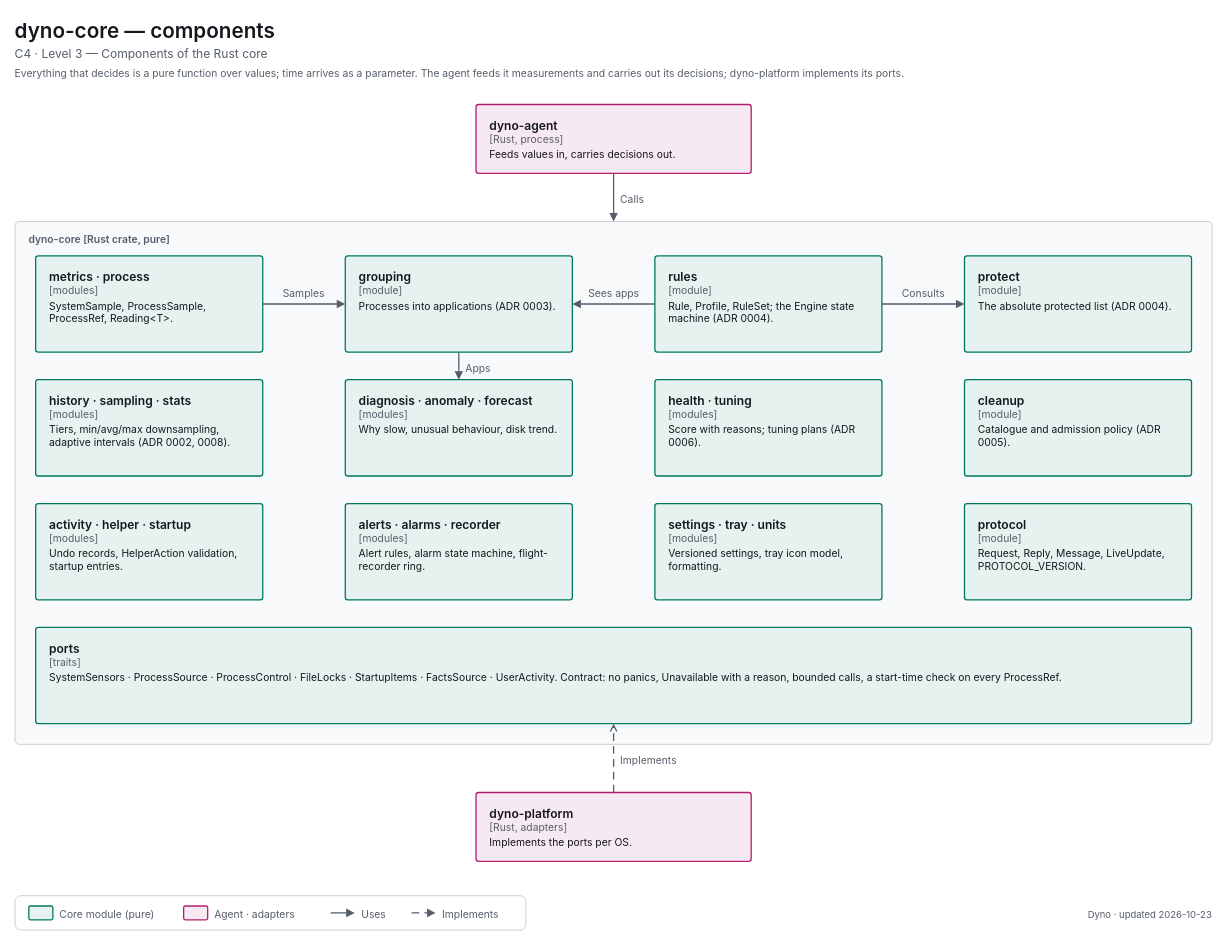
Before: apps/dyno/diagrams/c4-3-components-core.drawio in decryp7/paddock, a draw.io diagram. Source tidied: cells renumbered, new cells numbered last; positions are measured from the earlier drawing's top-left corner, leaving out a move shared by most shapes. Both pictures are drawn from the tidied source at 86%, with x=0, y=0 at pixel (15, 15).
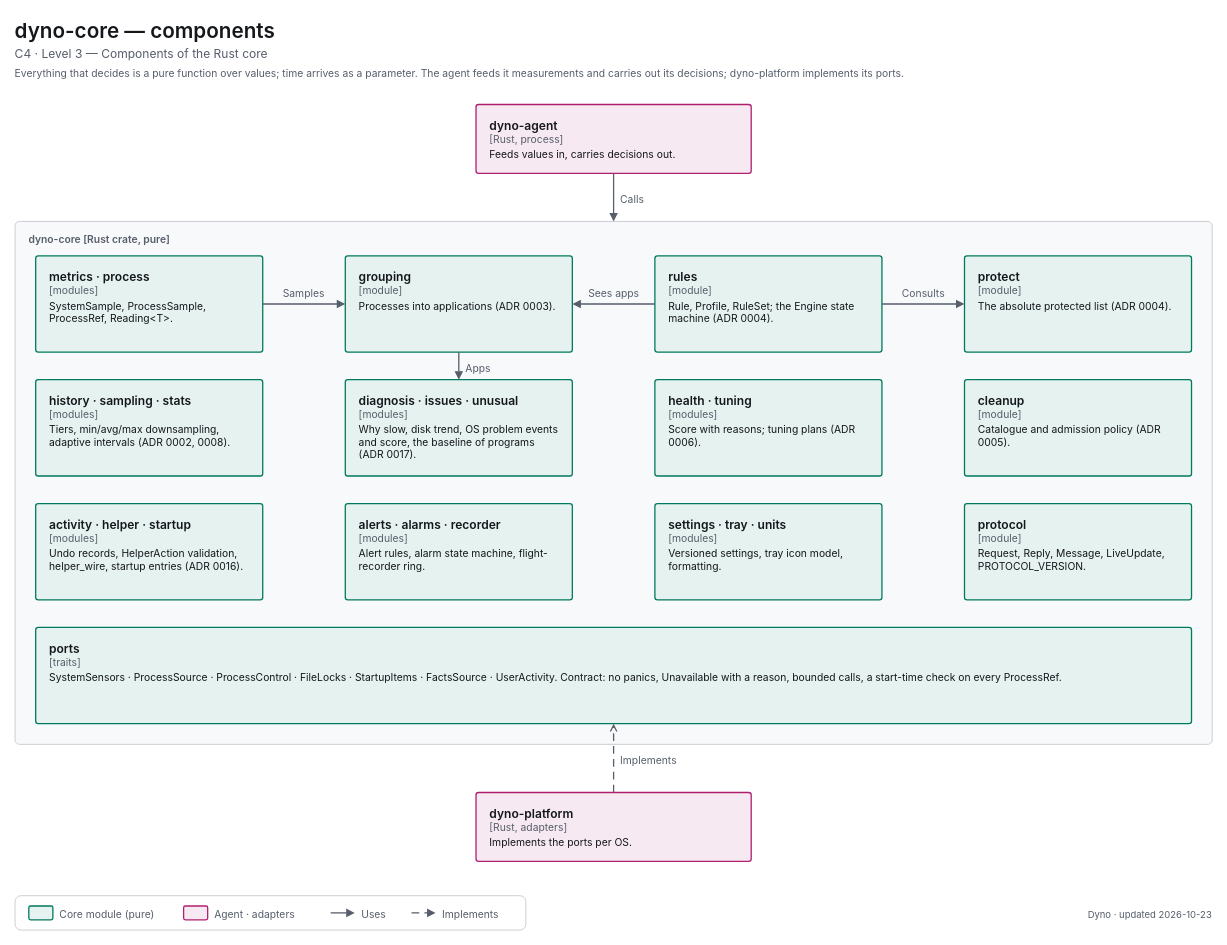
The same page after the edit.

Change to the diagram source:
```diff
@@
-    <mxCell id="12" value="&lt;span style=&quot;font-size:14px;font-weight:600&quot;&gt;diagnosis · anomaly · forecast&lt;/span&gt;&lt;br&gt;&lt;span style=&quot;font-size:12px;color:light-dark(#565E6B,#A0A7B2)&quot;&gt;[modules]&lt;/span&gt;&lt;br&gt;&lt;div style=&quot;margin-top:4px;font-size:12px&quot;&gt;Why slow, unusual behaviour, disk trend.&lt;/div&gt;" style="html=1;whiteSpace=wrap;fontFamily=-apple-system,BlinkMacSystemFont,Segoe UI,system-ui,sans-serif;fontSize=12;fontColor=light-dark(#14171C,#ECEEF1);rounded=1;absoluteArcSize=1;arcSize=6;strokeWidth=1.5;strokeColor=light-dark(#007A5E,#2EC4A0);fillColor=light-dark(#E6F2EF,#193330);align=left;verticalAlign=top;spacingLeft=14;spacingRight=14;spacingTop=10;spacingBottom=8;" parent="1" vertex="1">
+    <mxCell id="12" value="&lt;span style=&quot;font-size:14px;font-weight:600&quot;&gt;diagnosis · issues · unusual&lt;/span&gt;&lt;br&gt;&lt;span style=&quot;font-size:12px;color:light-dark(#565E6B,#A0A7B2)&quot;&gt;[modules]&lt;/span&gt;&lt;br&gt;&lt;div style=&quot;margin-top:4px;font-size:12px&quot;&gt;Why slow, disk trend, OS problem events and score, the baseline of programs (ADR 0017).&lt;/div&gt;" style="html=1;whiteSpace=wrap;fontFamily=-apple-system,BlinkMacSystemFont,Segoe UI,system-ui,sans-serif;fontSize=12;fontColor=light-dark(#14171C,#ECEEF1);rounded=1;absoluteArcSize=1;arcSize=6;strokeWidth=1.5;strokeColor=light-dark(#007A5E,#2EC4A0);fillColor=light-dark(#E6F2EF,#193330);align=left;verticalAlign=top;spacingLeft=14;spacingRight=14;spacingTop=10;spacingBottom=8;" parent="1" vertex="1">
       <mxGeometry x="384" y="424" width="264" height="112" as="geometry" />
     </mxCell>
@@
-    <mxCell id="15" value="&lt;span style=&quot;font-size:14px;font-weight:600&quot;&gt;activity · helper · startup&lt;/span&gt;&lt;br&gt;&lt;span style=&quot;font-size:12px;color:light-dark(#565E6B,#A0A7B2)&quot;&gt;[modules]&lt;/span&gt;&lt;br&gt;&lt;div style=&quot;margin-top:4px;font-size:12px&quot;&gt;Undo records, HelperAction validation, startup entries.&lt;/div&gt;" style="html=1;whiteSpace=wrap;fontFamily=-apple-system,BlinkMacSystemFont,Segoe UI,system-ui,sans-serif;fontSize=12;fontColor=light-dark(#14171C,#ECEEF1);rounded=1;absoluteArcSize=1;arcSize=6;strokeWidth=1.5;strokeColor=light-dark(#007A5E,#2EC4A0);fillColor=light-dark(#E6F2EF,#193330);align=left;verticalAlign=top;spacingLeft=14;spacingRight=14;spacingTop=10;spacingBottom=8;" parent="1" vertex="1">
+    <mxCell id="15" value="&lt;span style=&quot;font-size:14px;font-weight:600&quot;&gt;activity · helper · startup&lt;/span&gt;&lt;br&gt;&lt;span style=&quot;font-size:12px;color:light-dark(#565E6B,#A0A7B2)&quot;&gt;[modules]&lt;/span&gt;&lt;br&gt;&lt;div style=&quot;margin-top:4px;font-size:12px&quot;&gt;Undo records, HelperAction validation, helper_wire, startup entries (ADR 0016).&lt;/div&gt;" style="html=1;whiteSpace=wrap;fontFamily=-apple-system,BlinkMacSystemFont,Segoe UI,system-ui,sans-serif;fontSize=12;fontColor=light-dark(#14171C,#ECEEF1);rounded=1;absoluteArcSize=1;arcSize=6;strokeWidth=1.5;strokeColor=light-dark(#007A5E,#2EC4A0);fillColor=light-dark(#E6F2EF,#193330);align=left;verticalAlign=top;spacingLeft=14;spacingRight=14;spacingTop=10;spacingBottom=8;" parent="1" vertex="1">
       <mxGeometry x="24" y="568" width="264" height="112" as="geometry" />
     </mxCell>
```
